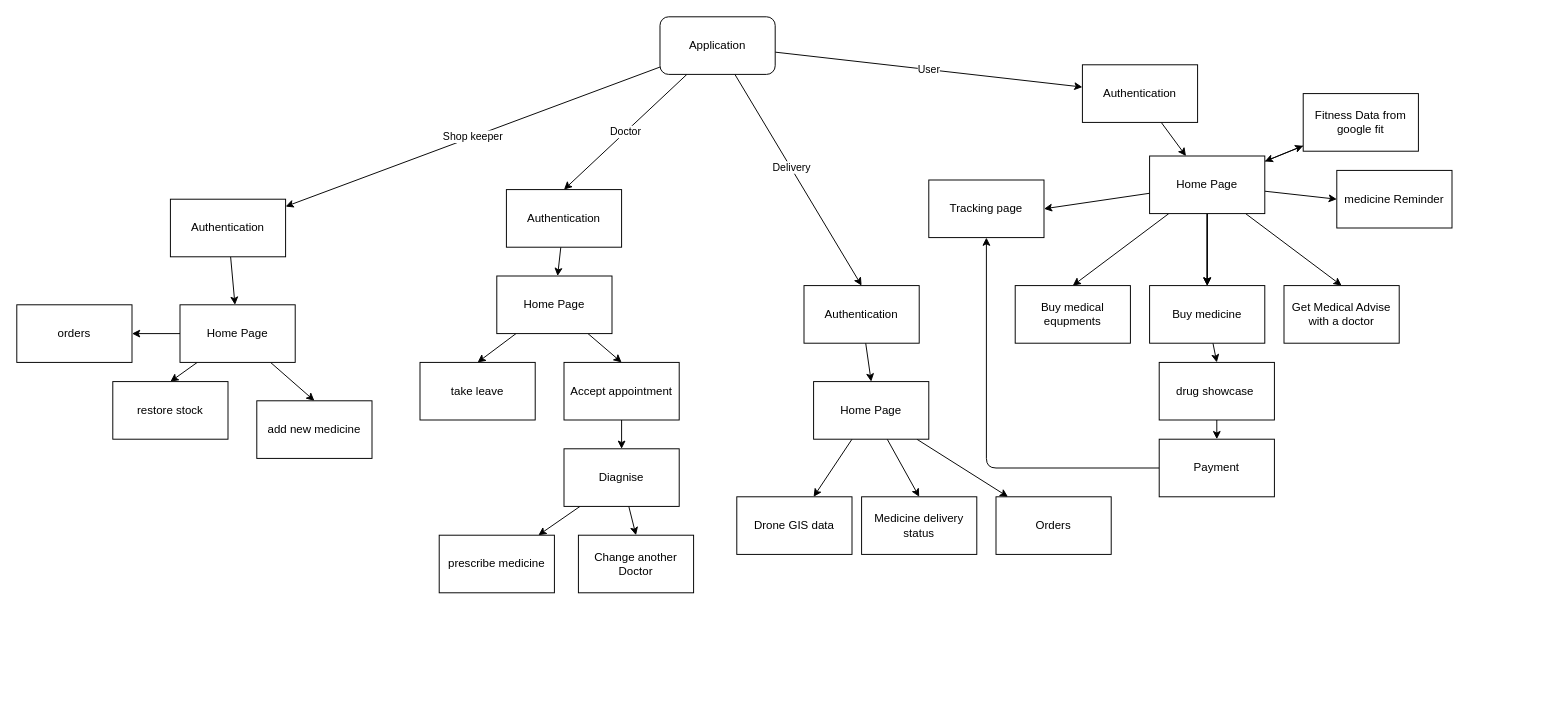
JCKawin/Mediculture keeps this draw.io diagram as Architecture.drawio. Above is the earlier version. Source tidied: cells renumbered, new cells numbered last; positions are measured from the earlier drawing's top-left corner, leaving out a move shared by most shapes. Both pictures are drawn from the tidied source at 96%, with x=0, y=0 at pixel (16, 16).
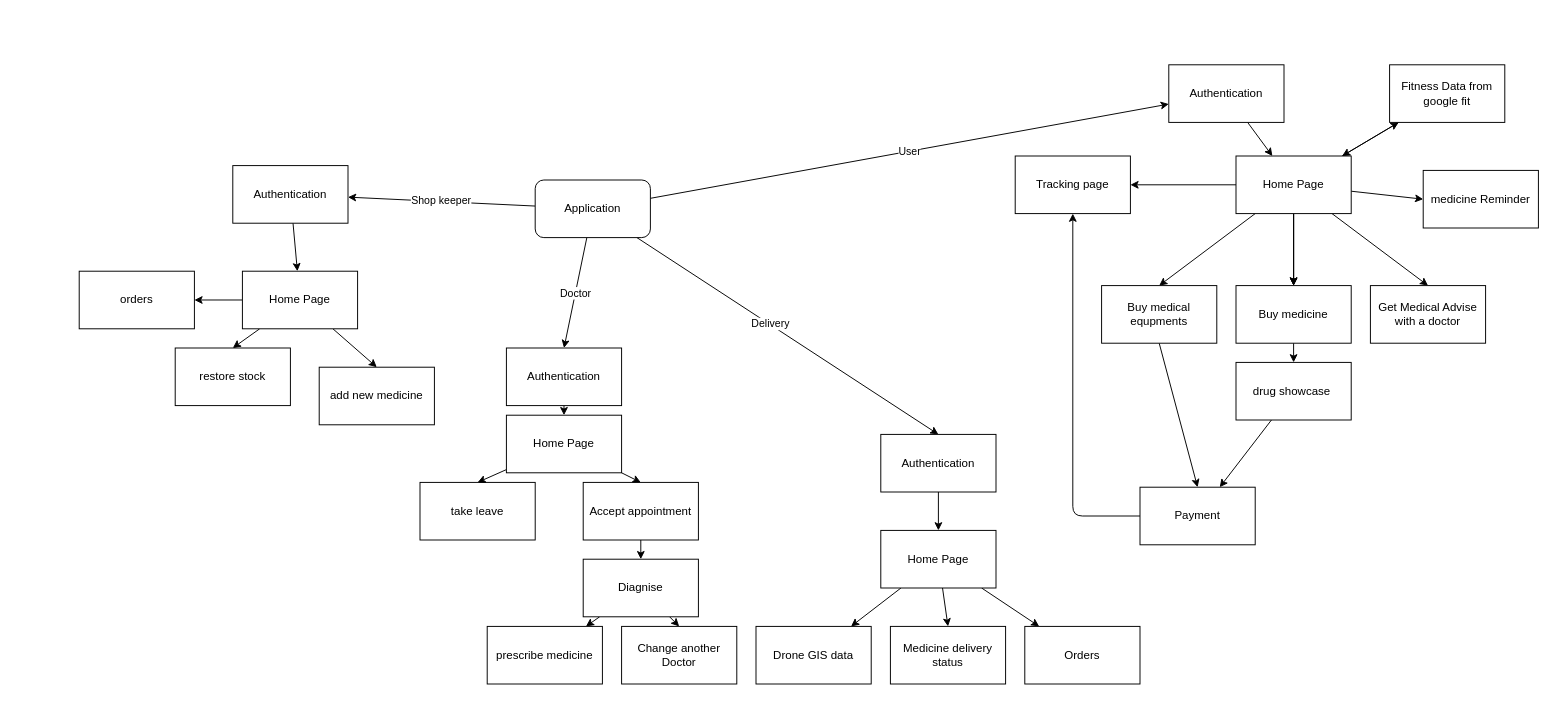
The same page after the edit.

What changed in the source:
```diff
@@
     <mxCell id="7" value="Application" style="rounded=1;whiteSpace=wrap;html=1;" parent="1" vertex="1">
-      <mxGeometry x="670" width="120" height="60" as="geometry" />
+      <mxGeometry x="540" y="170" width="120" height="60" as="geometry" />
     </mxCell>
@@
     <mxCell id="9" value="Authentication" style="whiteSpace=wrap;html=1;" parent="1" vertex="1">
-      <mxGeometry x="1110" y="50" width="120" height="60" as="geometry" />
+      <mxGeometry x="1200" y="50" width="120" height="60" as="geometry" />
     </mxCell>
@@
     <mxCell id="11" value="Authentication" style="whiteSpace=wrap;html=1;" parent="1" vertex="1">
-      <mxGeometry x="160" y="190" width="120" height="60" as="geometry" />
+      <mxGeometry x="225" y="155" width="120" height="60" as="geometry" />
     </mxCell>
@@
     <mxCell id="20" value="Home Page" style="whiteSpace=wrap;html=1;" parent="1" vertex="1">
-      <mxGeometry x="1180" y="145" width="120" height="60" as="geometry" />
+      <mxGeometry x="1270" y="145" width="120" height="60" as="geometry" />
     </mxCell>
@@
     <mxCell id="24" value="Home Page" style="whiteSpace=wrap;html=1;" parent="1" vertex="1">
-      <mxGeometry x="170" y="300" width="120" height="60" as="geometry" />
+      <mxGeometry x="235" y="265" width="120" height="60" as="geometry" />
     </mxCell>
@@
     <mxCell id="26" value="Buy medicine" style="whiteSpace=wrap;html=1;" parent="1" vertex="1">
-      <mxGeometry x="1180" y="280" width="120" height="60" as="geometry" />
+      <mxGeometry x="1270" y="280" width="120" height="60" as="geometry" />
     </mxCell>
     <mxCell id="27" value="Get Medical Advise with a doctor" style="whiteSpace=wrap;html=1;" parent="1" vertex="1">
-      <mxGeometry x="1320" y="280" width="120" height="60" as="geometry" />
+      <mxGeometry x="1410" y="280" width="120" height="60" as="geometry" />
     </mxCell>
+    <mxCell id="62" style="edgeStyle=none;html=1;exitX=0.5;exitY=1;exitDx=0;exitDy=0;entryX=0.5;entryY=0;entryDx=0;entryDy=0;" parent="1" edge="1" source="28" target="59">
+      <mxGeometry relative="1" as="geometry" />
+    </mxCell>
     <mxCell id="28" value="Buy medical equpments" style="whiteSpace=wrap;html=1;" parent="1" vertex="1">
-      <mxGeometry x="1040" y="280" width="120" height="60" as="geometry" />
+      <mxGeometry x="1130" y="280" width="120" height="60" as="geometry" />
     </mxCell>
@@
     <mxCell id="30" value="Fitness Data from google fit" style="whiteSpace=wrap;html=1;" parent="1" vertex="1">
-      <mxGeometry x="1340" y="80" width="120" height="60" as="geometry" />
+      <mxGeometry x="1430" y="50" width="120" height="60" as="geometry" />
     </mxCell>
     <mxCell id="31" value="restore stock" style="whiteSpace=wrap;html=1;" parent="1" vertex="1">
-      <mxGeometry x="100" y="380" width="120" height="60" as="geometry" />
+      <mxGeometry x="165" y="345" width="120" height="60" as="geometry" />
     </mxCell>
     <mxCell id="32" value="add new medicine" style="whiteSpace=wrap;html=1;" parent="1" vertex="1">
-      <mxGeometry x="250" y="400" width="120" height="60" as="geometry" />
+      <mxGeometry x="315" y="365" width="120" height="60" as="geometry" />
     </mxCell>
@@
     <mxCell id="34" value="Accept appointment" style="whiteSpace=wrap;html=1;" parent="1" vertex="1">
-      <mxGeometry x="570" y="360" width="120" height="60" as="geometry" />
+      <mxGeometry x="590" y="485" width="120" height="60" as="geometry" />
     </mxCell>
     <mxCell id="35" value="take leave" style="whiteSpace=wrap;html=1;" parent="1" vertex="1">
-      <mxGeometry x="420" y="360" width="120" height="60" as="geometry" />
+      <mxGeometry x="420" y="485" width="120" height="60" as="geometry" />
     </mxCell>
@@
     <mxCell id="38" value="Diagnise" style="whiteSpace=wrap;html=1;" parent="1" vertex="1">
-      <mxGeometry x="570" y="450" width="120" height="60" as="geometry" />
+      <mxGeometry x="590" y="565" width="120" height="60" as="geometry" />
     </mxCell>
     <mxCell id="39" value="prescribe medicine" style="whiteSpace=wrap;html=1;" parent="1" vertex="1">
-      <mxGeometry x="440" y="540" width="120" height="60" as="geometry" />
+      <mxGeometry x="490" y="635" width="120" height="60" as="geometry" />
     </mxCell>
     <mxCell id="40" value="orders" style="whiteSpace=wrap;html=1;" parent="1" vertex="1">
-      <mxGeometry y="300" width="120" height="60" as="geometry" />
+      <mxGeometry x="65" y="265" width="120" height="60" as="geometry" />
     </mxCell>
@@
     <mxCell id="42" value="Authentication" style="whiteSpace=wrap;html=1;" parent="1" vertex="1">
-      <mxGeometry x="820" y="280" width="120" height="60" as="geometry" />
+      <mxGeometry x="900" y="435" width="120" height="60" as="geometry" />
     </mxCell>
@@
     <mxCell id="46" value="Home Page" style="whiteSpace=wrap;html=1;" parent="1" vertex="1">
-      <mxGeometry x="830" y="380" width="120" height="60" as="geometry" />
+      <mxGeometry x="900" y="535" width="120" height="60" as="geometry" />
     </mxCell>
     <mxCell id="47" value="Change another Doctor" style="whiteSpace=wrap;html=1;" parent="1" vertex="1">
-      <mxGeometry x="585" y="540" width="120" height="60" as="geometry" />
+      <mxGeometry x="630" y="635" width="120" height="60" as="geometry" />
     </mxCell>
     <mxCell id="48" value="Orders" style="whiteSpace=wrap;html=1;" parent="1" vertex="1">
-      <mxGeometry x="1020" y="500" width="120" height="60" as="geometry" />
+      <mxGeometry x="1050" y="635" width="120" height="60" as="geometry" />
     </mxCell>
     <mxCell id="49" value="Drone GIS data" style="whiteSpace=wrap;html=1;" parent="1" vertex="1">
-      <mxGeometry x="750" y="500" width="120" height="60" as="geometry" />
+      <mxGeometry x="770" y="635" width="120" height="60" as="geometry" />
     </mxCell>
     <mxCell id="50" value="Medicine delivery status" style="whiteSpace=wrap;html=1;" parent="1" vertex="1">
-      <mxGeometry x="880" y="500" width="120" height="60" as="geometry" />
+      <mxGeometry x="910" y="635" width="120" height="60" as="geometry" />
     </mxCell>
@@
     <mxCell id="53" value="Home Page" style="whiteSpace=wrap;html=1;" parent="1" vertex="1">
-      <mxGeometry x="500" y="270" width="120" height="60" as="geometry" />
+      <mxGeometry x="510" y="415" width="120" height="60" as="geometry" />
     </mxCell>
@@
     <mxCell id="55" value="Authentication" style="whiteSpace=wrap;html=1;" parent="1" vertex="1">
-      <mxGeometry x="510" y="180" width="120" height="60" as="geometry" />
+      <mxGeometry x="510" y="345" width="120" height="60" as="geometry" />
     </mxCell>
@@
     <mxCell id="57" value="drug showcase&amp;nbsp;" style="whiteSpace=wrap;html=1;" parent="1" vertex="1">
-      <mxGeometry x="1190" y="360" width="120" height="60" as="geometry" />
+      <mxGeometry x="1270" y="360" width="120" height="60" as="geometry" />
     </mxCell>
@@
     <mxCell id="59" value="Payment" style="whiteSpace=wrap;html=1;" parent="1" vertex="1">
-      <mxGeometry x="1190" y="440" width="120" height="60" as="geometry" />
+      <mxGeometry x="1170" y="490" width="120" height="60" as="geometry" />
     </mxCell>
     <mxCell id="60" value="Tracking page" style="whiteSpace=wrap;html=1;" parent="1" vertex="1">
-      <mxGeometry x="950" y="170" width="120" height="60" as="geometry" />
+      <mxGeometry x="1040" y="145" width="120" height="60" as="geometry" />
     </mxCell>
     <mxCell id="61" value="medicine Reminder" style="whiteSpace=wrap;html=1;" parent="1" vertex="1">
-      <mxGeometry x="1375" y="160" width="120" height="60" as="geometry" />
+      <mxGeometry x="1465" y="160" width="120" height="60" as="geometry" />
     </mxCell>
```
